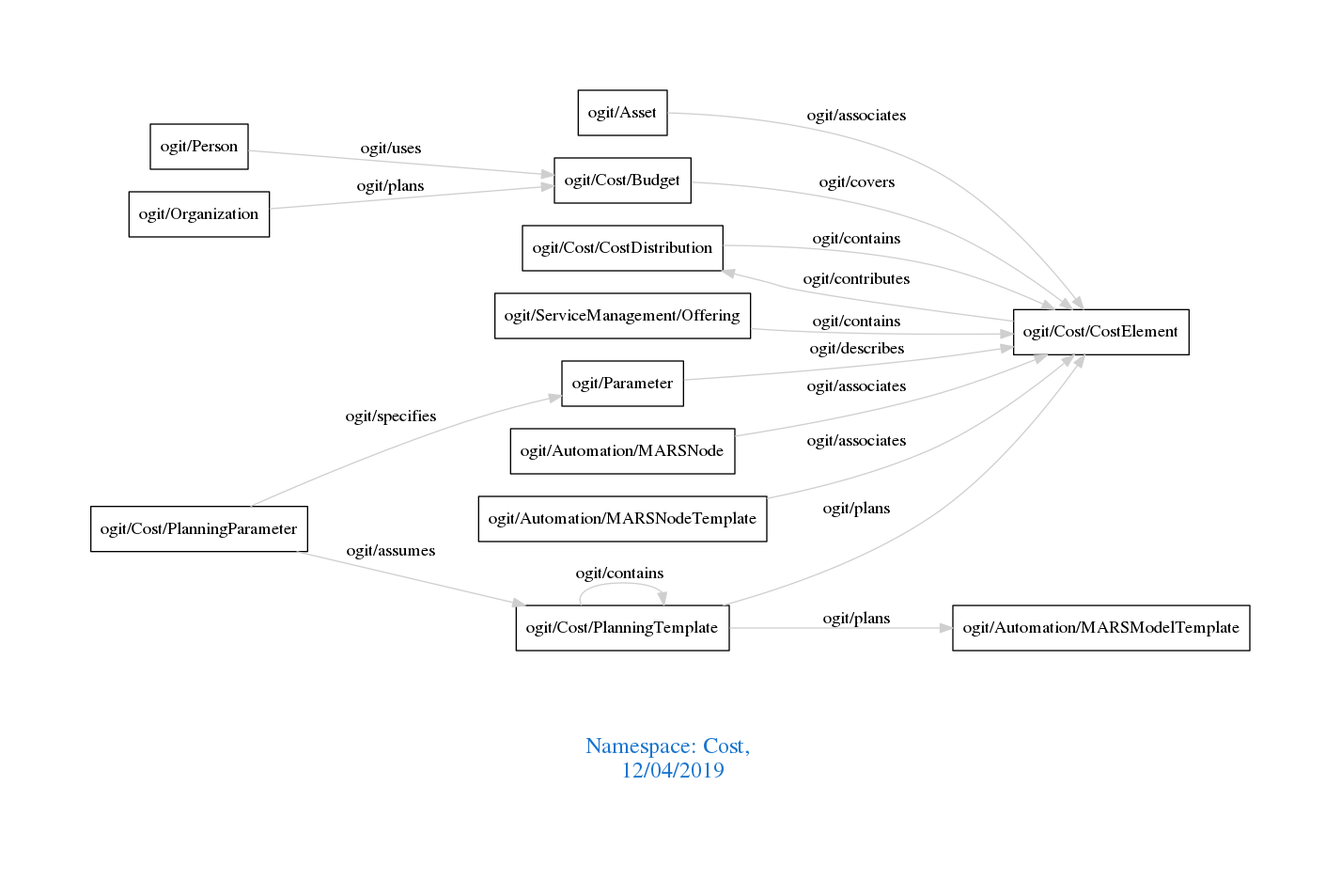
Above: downloads/Cost.png in arago/OGIT (Graphviz), before the change. Its source is kept beside it as downloads/Cost.dot.
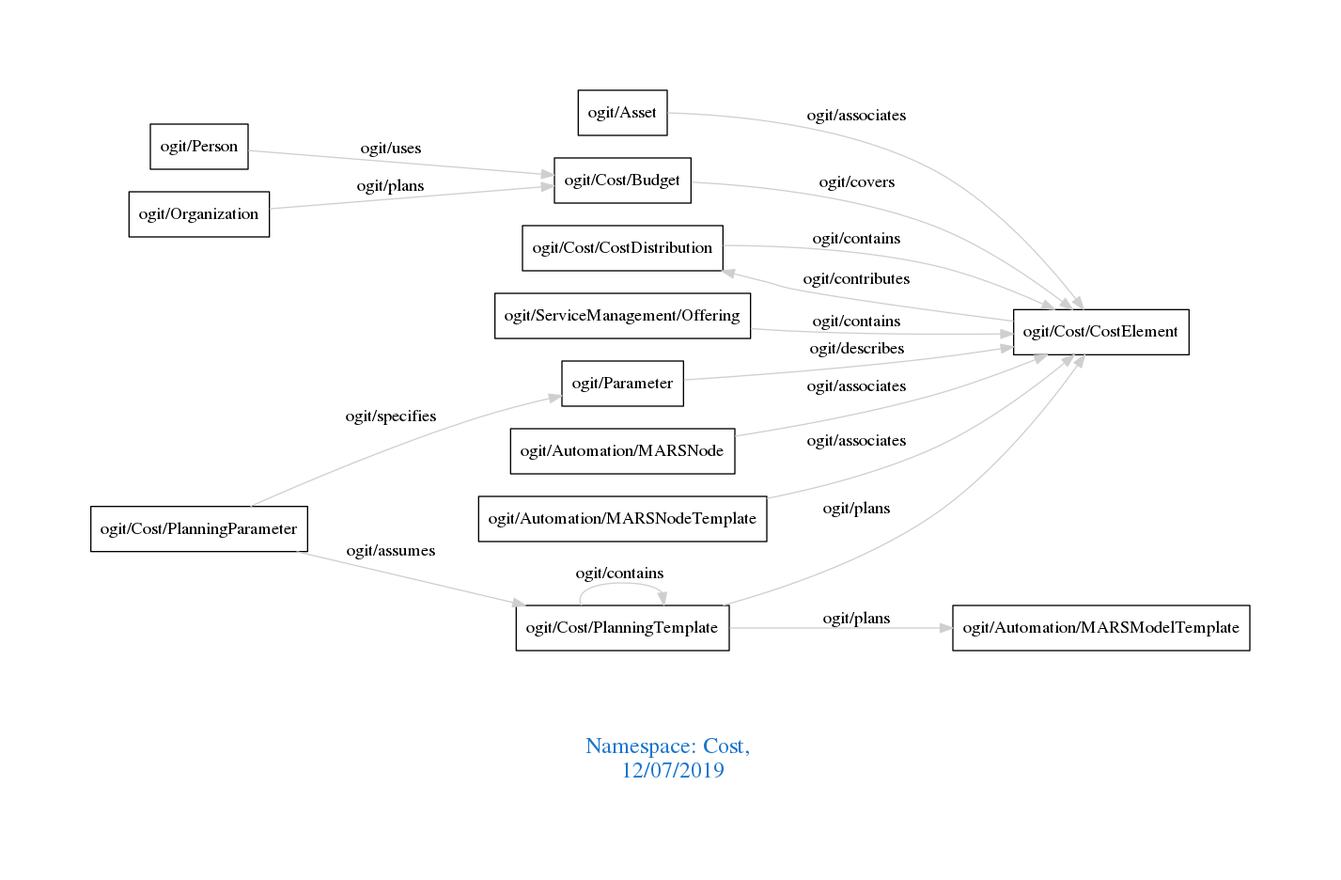
Above is the later version.

Change to the diagram source:
```diff
@@ -1,7 +1,7 @@
 digraph OGIT_ontology {
  graph [ rankdir= LR,pad=1
 fontsize = 18,
-fontcolor= dodgerblue3,label = "\n\n\nNamespace: Cost, \n 12/04/2019"];
+fontcolor= dodgerblue3,label = "\n\n\nNamespace: Cost, \n 12/07/2019"];
 node[shape=polygon];
 edge [  color="gray81"];
 
```
